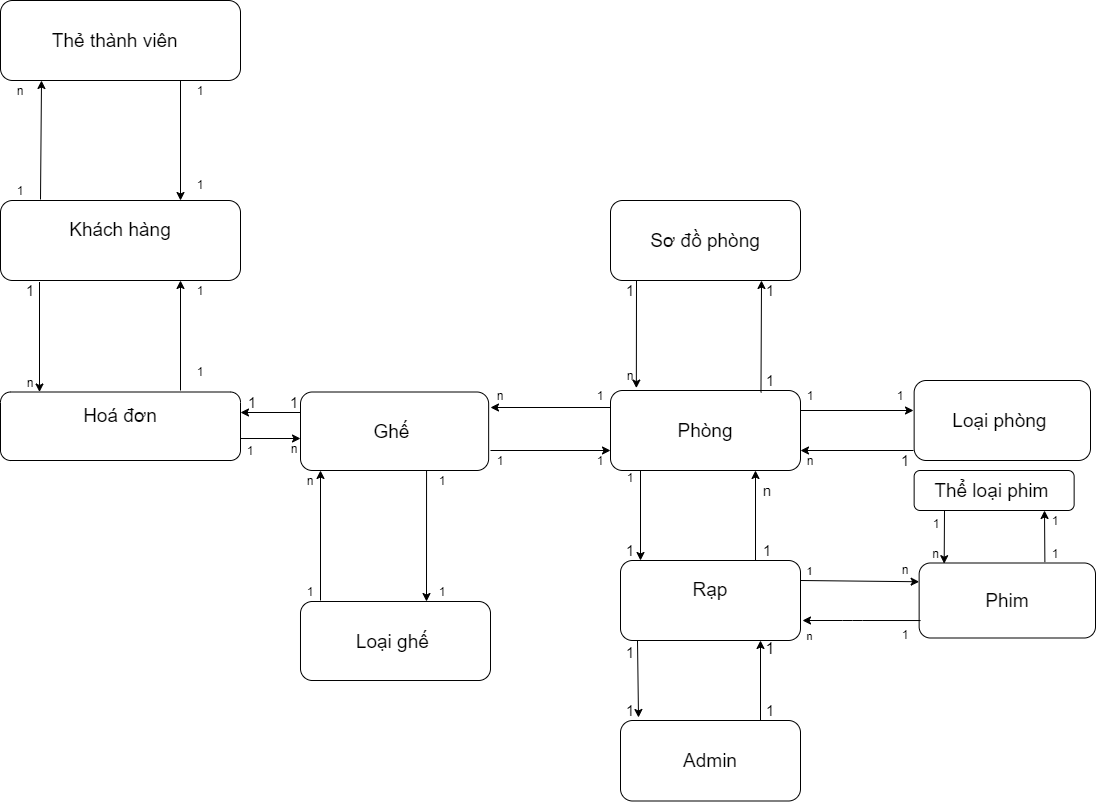
ThuHuong0801/project2_document keeps this draw.io diagram as Untitled Diagram.png. Above is the earlier version. Source tidied: cells renumbered, new cells last; positions are measured from the earlier drawing's top-left corner, leaving out a move shared by most shapes.
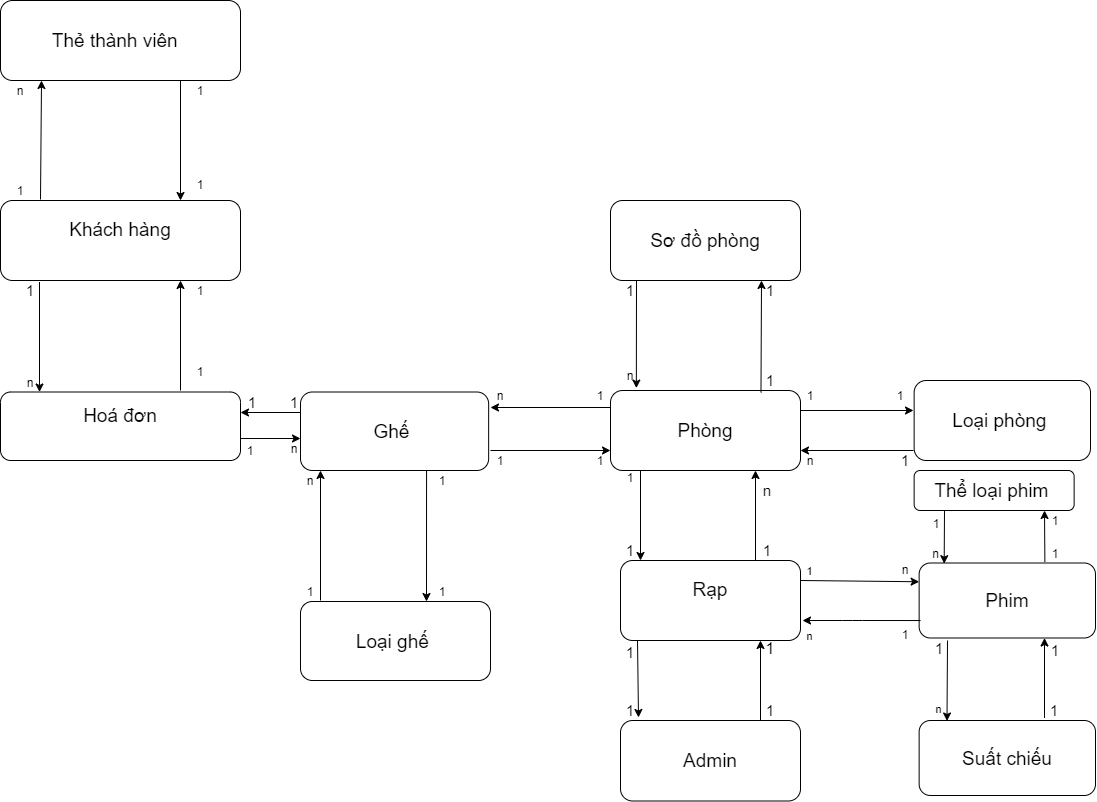
Above is the later version.

What changed in the source:
```diff
@@ -289,5 +289,32 @@
     <mxCell id="79" value="1" style="text;html=1;strokeColor=none;fillColor=none;align=center;verticalAlign=middle;whiteSpace=wrap;rounded=0;fontSize=15;" parent="1" vertex="1">
       <mxGeometry x="737" y="370" width="66" height="20" as="geometry" />
     </mxCell>
+    <mxCell id="80" value="&lt;font style=&quot;font-size: 19px&quot;&gt;Suất chiếu&lt;br&gt;&lt;/font&gt;" style="rounded=1;whiteSpace=wrap;html=1;" parent="1" vertex="1">
+      <mxGeometry x="918.6" y="720" width="176.4" height="75" as="geometry" />
+    </mxCell>
+    <mxCell id="81" style="endArrow=classic;html=1;fontSize=15;exitX=0.75;exitY=0;exitDx=0;exitDy=0;" parent="1" edge="1">
+      <mxGeometry relative="1" as="geometry">
+        <mxPoint x="1044" y="717.5" as="sourcePoint" />
+        <mxPoint x="1044" y="637.5" as="targetPoint" />
+      </mxGeometry>
+    </mxCell>
+    <mxCell id="82" style="endArrow=classic;html=1;fontSize=23;" parent="1" edge="1">
+      <mxGeometry relative="1" as="geometry">
+        <mxPoint x="947" y="640" as="sourcePoint" />
+        <mxPoint x="946.5" y="720.5" as="targetPoint" />
+      </mxGeometry>
+    </mxCell>
+    <mxCell id="83" value="1" style="text;html=1;strokeColor=none;fillColor=none;align=center;verticalAlign=middle;whiteSpace=wrap;rounded=0;fontSize=15;" parent="1" vertex="1">
+      <mxGeometry x="918.6" y="637.5" width="40" height="20" as="geometry" />
+    </mxCell>
+    <mxCell id="84" value="1" style="text;html=1;strokeColor=none;fillColor=none;align=center;verticalAlign=middle;whiteSpace=wrap;rounded=0;fontSize=15;" parent="1" vertex="1">
+      <mxGeometry x="1035" y="640" width="40" height="20" as="geometry" />
+    </mxCell>
+    <mxCell id="85" value="1" style="text;html=1;strokeColor=none;fillColor=none;align=center;verticalAlign=middle;whiteSpace=wrap;rounded=0;fontSize=15;" parent="1" vertex="1">
+      <mxGeometry x="1033.6" y="700" width="40" height="20" as="geometry" />
+    </mxCell>
+    <mxCell id="86" value="&lt;span style=&quot;font-size: 11px&quot;&gt;n&lt;/span&gt;" style="text;html=1;strokeColor=none;fillColor=none;align=center;verticalAlign=middle;whiteSpace=wrap;rounded=0;fontSize=15;" parent="1" vertex="1">
+      <mxGeometry x="922.1" y="700" width="33" height="13" as="geometry" />
+    </mxCell>
   </root>
 </mxGraphModel>
```
